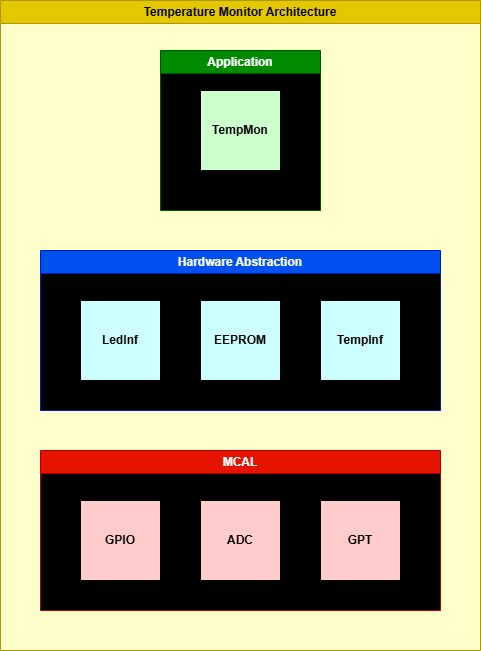
Mikelhaeri/Temperature_monitor_demo keeps this draw.io diagram as Arch/Temp_Demo_Arch.png. Above is the earlier version. Source tidied: cells renumbered, new cells last; positions are measured from the earlier drawing's top-left corner, leaving out a move shared by most shapes. Its diagram source:
```xml
<mxGraphModel>
  <root>
    <mxCell id="0" />
    <mxCell id="1" parent="0" />
    <mxCell id="2" value="Temperature Monitor Architecture" style="swimlane;whiteSpace=wrap;html=1;fillColor=#e3c800;fontColor=#000000;strokeColor=#B09500;gradientColor=none;swimlaneFillColor=#FFFFCC;" parent="1" vertex="1">
      <mxGeometry width="480" height="650" as="geometry" />
    </mxCell>
    <mxCell id="3" value="Application" style="swimlane;whiteSpace=wrap;html=1;fillColor=#008a00;fontColor=#ffffff;strokeColor=#005700;labelBackgroundColor=none;labelBorderColor=none;swimlaneFillColor=light-dark(#000000, #60a917);" parent="2" vertex="1">
      <mxGeometry x="160" y="50" width="160" height="160" as="geometry" />
    </mxCell>
    <mxCell id="4" value="TempMon" style="whiteSpace=wrap;html=1;fillColor=#CCFFCC;fontColor=#000000;fontStyle=1;" parent="2" vertex="1">
      <mxGeometry x="200" y="90" width="80" height="80" as="geometry" />
    </mxCell>
    <mxCell id="5" value="Hardware Abstraction" style="swimlane;whiteSpace=wrap;html=1;swimlaneFillColor=light-dark(#000000,#6DB2FF);glass=0;fillColor=#0050ef;fontColor=#ffffff;strokeColor=#001DBC;" parent="1" vertex="1">
      <mxGeometry x="40" y="250" width="400" height="160" as="geometry" />
    </mxCell>
    <mxCell id="6" value="LedInf" style="whiteSpace=wrap;html=1;fillColor=#CCFFFF;fontColor=#000000;fontStyle=1;" parent="5" vertex="1">
      <mxGeometry x="40" y="50" width="80" height="80" as="geometry" />
    </mxCell>
    <mxCell id="7" value="EEPROM" style="whiteSpace=wrap;html=1;fillColor=#CCFFFF;fontColor=#000000;fontStyle=1;" parent="5" vertex="1">
      <mxGeometry x="160" y="50" width="80" height="80" as="geometry" />
    </mxCell>
    <mxCell id="8" value="TempInf" style="whiteSpace=wrap;html=1;fillColor=#CCFFFF;fontColor=#000000;fontStyle=1;" parent="5" vertex="1">
      <mxGeometry x="280" y="50" width="80" height="80" as="geometry" />
    </mxCell>
    <mxCell id="9" value="MCAL" style="swimlane;whiteSpace=wrap;html=1;fillColor=#e51400;fontColor=#ffffff;strokeColor=#B20000;swimlaneFillColor=light-dark(#000000,#FF9281);" parent="1" vertex="1">
      <mxGeometry x="40" y="450" width="400" height="160" as="geometry" />
    </mxCell>
    <mxCell id="10" value="GPIO" style="whiteSpace=wrap;html=1;fillColor=#FFCCCC;fontStyle=1;fontColor=#000000;" parent="9" vertex="1">
      <mxGeometry x="40" y="50" width="80" height="80" as="geometry" />
    </mxCell>
    <mxCell id="11" value="ADC" style="whiteSpace=wrap;html=1;fillColor=#FFCCCC;fontStyle=1;fontColor=#000000;" parent="9" vertex="1">
      <mxGeometry x="160" y="50" width="80" height="80" as="geometry" />
    </mxCell>
    <mxCell id="12" value="GPT" style="whiteSpace=wrap;html=1;fillColor=#FFCCCC;fontStyle=1;fontColor=#000000;" parent="9" vertex="1">
      <mxGeometry x="280" y="50" width="80" height="80" as="geometry" />
    </mxCell>
  </root>
</mxGraphModel>
```
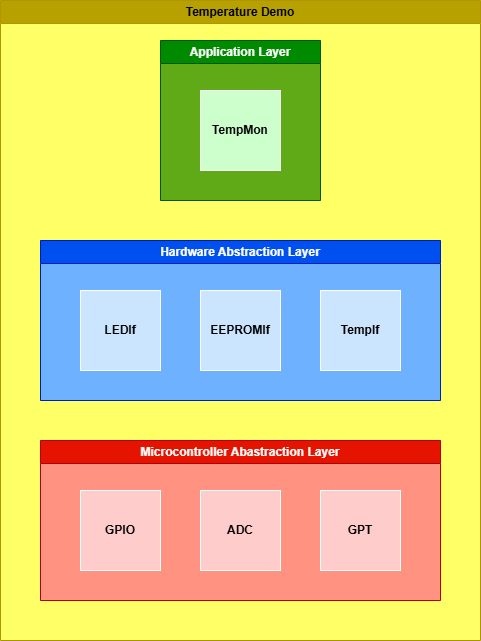
Above is the later version.

Diff of the diagram source:
```diff
@@ -2,28 +2,28 @@
   <root>
     <mxCell id="0" />
     <mxCell id="1" parent="0" />
-    <mxCell id="2" value="Temperature Monitor Architecture" style="swimlane;whiteSpace=wrap;html=1;fillColor=#e3c800;fontColor=#000000;strokeColor=#B09500;gradientColor=none;swimlaneFillColor=#FFFFCC;" parent="1" vertex="1">
-      <mxGeometry width="480" height="650" as="geometry" />
-    </mxCell>
-    <mxCell id="3" value="Application" style="swimlane;whiteSpace=wrap;html=1;fillColor=#008a00;fontColor=#ffffff;strokeColor=#005700;labelBackgroundColor=none;labelBorderColor=none;swimlaneFillColor=light-dark(#000000, #60a917);" parent="2" vertex="1">
-      <mxGeometry x="160" y="50" width="160" height="160" as="geometry" />
-    </mxCell>
-    <mxCell id="4" value="TempMon" style="whiteSpace=wrap;html=1;fillColor=#CCFFCC;fontColor=#000000;fontStyle=1;" parent="2" vertex="1">
-      <mxGeometry x="200" y="90" width="80" height="80" as="geometry" />
-    </mxCell>
+    <mxCell id="13" value="Temperature Demo" style="swimlane;whiteSpace=wrap;html=1;fillColor=#B6A100;fontColor=#000000;strokeColor=#B09500;swimlaneFillColor=#FFFF66;" parent="1" vertex="1">
+      <mxGeometry y="10" width="480" height="640" as="geometry" />
+    </mxCell>
-    <mxCell id="5" value="Hardware Abstraction" style="swimlane;whiteSpace=wrap;html=1;swimlaneFillColor=light-dark(#000000,#6DB2FF);glass=0;fillColor=#0050ef;fontColor=#ffffff;strokeColor=#001DBC;" parent="1" vertex="1">
+    <mxCell id="5" value="Hardware Abstraction Layer" style="swimlane;whiteSpace=wrap;html=1;fillColor=#0050ef;fontColor=#ffffff;strokeColor=#001DBC;swimlaneFillColor=light-dark(#000000,#6DB1FF);startSize=23;" parent="1" vertex="1">
       <mxGeometry x="40" y="250" width="400" height="160" as="geometry" />
     </mxCell>
-    <mxCell id="6" value="LedInf" style="whiteSpace=wrap;html=1;fillColor=#CCFFFF;fontColor=#000000;fontStyle=1;" parent="5" vertex="1">
+    <mxCell id="6" value="LEDIf" style="whiteSpace=wrap;html=1;fillColor=#CCE5FF;fontColor=#000000;fontStyle=1;" parent="5" vertex="1">
       <mxGeometry x="40" y="50" width="80" height="80" as="geometry" />
     </mxCell>
-    <mxCell id="7" value="EEPROM" style="whiteSpace=wrap;html=1;fillColor=#CCFFFF;fontColor=#000000;fontStyle=1;" parent="5" vertex="1">
+    <mxCell id="7" value="EEPROMIf" style="whiteSpace=wrap;html=1;fillColor=#CCE5FF;fontColor=#000000;fontStyle=1;" parent="5" vertex="1">
       <mxGeometry x="160" y="50" width="80" height="80" as="geometry" />
     </mxCell>
-    <mxCell id="8" value="TempInf" style="whiteSpace=wrap;html=1;fillColor=#CCFFFF;fontColor=#000000;fontStyle=1;" parent="5" vertex="1">
+    <mxCell id="8" value="TempIf" style="whiteSpace=wrap;html=1;fillColor=#CCE5FF;fontColor=#000000;fontStyle=1;" parent="5" vertex="1">
       <mxGeometry x="280" y="50" width="80" height="80" as="geometry" />
     </mxCell>
+    <mxCell id="3" value="Application Layer" style="swimlane;whiteSpace=wrap;html=1;fillColor=#008a00;fontColor=#ffffff;strokeColor=#005700;swimlaneFillColor=light-dark(#000000,#60A917);" parent="1" vertex="1">
+      <mxGeometry x="160" y="50" width="160" height="160" as="geometry" />
+    </mxCell>
+    <mxCell id="4" value="TempMon" style="whiteSpace=wrap;html=1;fillColor=#CCFFCC;fontStyle=1;fontColor=#000000;" parent="3" vertex="1">
+      <mxGeometry x="40" y="50" width="80" height="80" as="geometry" />
+    </mxCell>
-    <mxCell id="9" value="MCAL" style="swimlane;whiteSpace=wrap;html=1;fillColor=#e51400;fontColor=#ffffff;strokeColor=#B20000;swimlaneFillColor=light-dark(#000000,#FF9281);" parent="1" vertex="1">
+    <mxCell id="9" value="Microcontroller Abastraction Layer" style="swimlane;whiteSpace=wrap;html=1;fillColor=#e51400;fontColor=#ffffff;strokeColor=#B20000;swimlaneFillColor=light-dark(#000000,#FF9281);" parent="1" vertex="1">
       <mxGeometry x="40" y="450" width="400" height="160" as="geometry" />
     </mxCell>
     <mxCell id="10" value="GPIO" style="whiteSpace=wrap;html=1;fillColor=#FFCCCC;fontStyle=1;fontColor=#000000;" parent="9" vertex="1">
```
